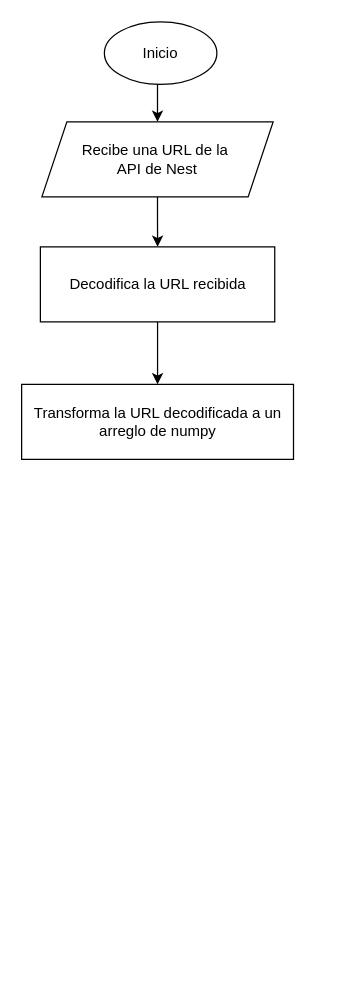
die90-ctrl/ideal-octo-parakeet keeps this draw.io diagram as Diagrama sin título.drawio. Above is the earlier version. Source tidied: cells renumbered, new cells numbered last; positions are measured from the earlier drawing's top-left corner, leaving out a move shared by most shapes. Both pictures are drawn from the tidied source at 125%, with x=0, y=0 at pixel (21, 21).
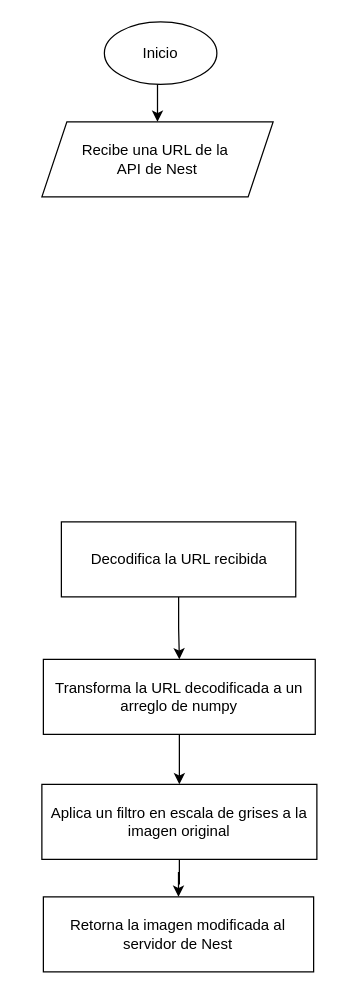
The same page after the edit.

The edit, as a diff of the source:
```diff
@@
 <mxGraphModel>
   <root>
     <mxCell id="0" />
     <mxCell id="1" parent="0" />
     <mxCell id="2" style="edgeStyle=orthogonalEdgeStyle;rounded=0;jettySize=auto;html=1;exitX=0.5;exitY=1;exitDx=0;exitDy=0;entryX=0.5;entryY=0;entryDx=0;entryDy=0;" parent="1" edge="1" source="3" target="5">
       <mxGeometry relative="1" as="geometry" />
     </mxCell>
     <mxCell id="3" value="Inicio" style="ellipse;whiteSpace=wrap;html=1;" parent="1" vertex="1">
       <mxGeometry x="66" width="90" height="50" as="geometry" />
     </mxCell>
-    <mxCell id="4" style="edgeStyle=orthogonalEdgeStyle;rounded=0;jettySize=auto;html=1;" parent="1" edge="1" source="5" target="7">
-      <mxGeometry relative="1" as="geometry" />
-    </mxCell>
     <mxCell id="5" value="Recibe una URL de la&amp;nbsp;&lt;div&gt;API de Nest&lt;/div&gt;" style="shape=parallelogram;perimeter=parallelogramPerimeter;whiteSpace=wrap;html=1;fixedSize=1;" parent="1" vertex="1">
       <mxGeometry x="16" y="80" width="185" height="60" as="geometry" />
     </mxCell>
     <mxCell id="6" style="edgeStyle=orthogonalEdgeStyle;rounded=0;jettySize=auto;html=1;" parent="1" edge="1" source="7" target="8">
       <mxGeometry relative="1" as="geometry" />
     </mxCell>
     <mxCell id="7" value="Decodifica la URL recibida" style="whiteSpace=wrap;html=1;" parent="1" vertex="1">
-      <mxGeometry x="14.8" y="180" width="187.5" height="60" as="geometry" />
+      <mxGeometry x="31.6" y="400" width="187.5" height="60" as="geometry" />
     </mxCell>
+    <mxCell id="9" style="edgeStyle=orthogonalEdgeStyle;rounded=0;jettySize=auto;html=1;" parent="1" edge="1" source="8" target="11">
+      <mxGeometry relative="1" as="geometry" />
+    </mxCell>
     <mxCell id="8" value="Transforma la URL decodificada a un arreglo de numpy" style="whiteSpace=wrap;html=1;" parent="1" vertex="1">
-      <mxGeometry x="-0.2" y="290" width="217.5" height="60" as="geometry" />
+      <mxGeometry x="17.2" y="510" width="217.5" height="60" as="geometry" />
     </mxCell>
+    <mxCell id="10" style="edgeStyle=orthogonalEdgeStyle;rounded=0;jettySize=auto;html=1;" parent="1" edge="1" source="11" target="12">
+      <mxGeometry relative="1" as="geometry" />
+    </mxCell>
+    <mxCell id="11" value="Aplica un filtro en escala de grises a la imagen original" style="whiteSpace=wrap;html=1;" parent="1" vertex="1">
+      <mxGeometry x="16" y="610" width="220" height="60" as="geometry" />
+    </mxCell>
+    <mxCell id="12" value="Retorna la imagen modificada al servidor de Nest" style="whiteSpace=wrap;html=1;" parent="1" vertex="1">
+      <mxGeometry x="17.2" y="700" width="216.2" height="60" as="geometry" />
+    </mxCell>
   </root>
 </mxGraphModel>
```
